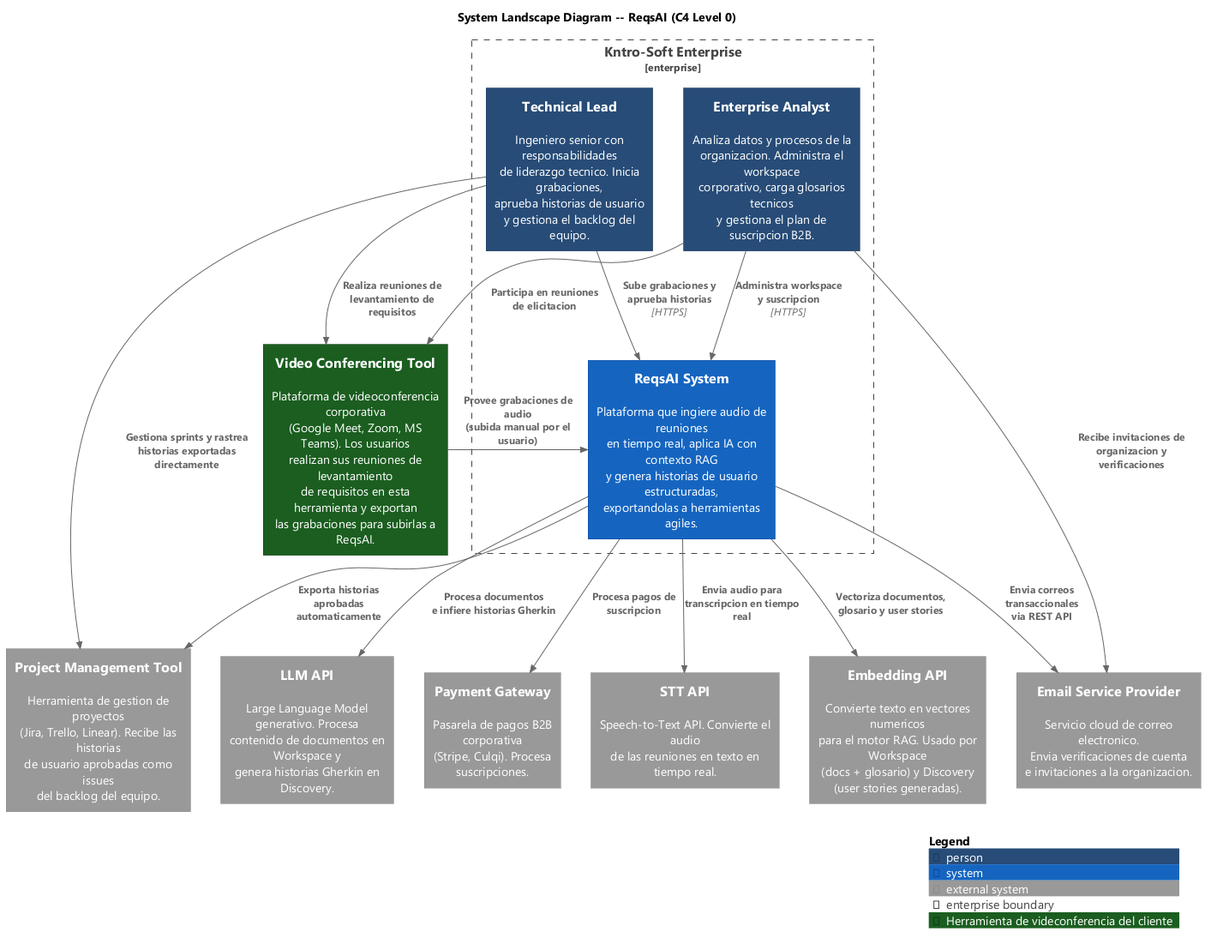
Before: assets/diagrams/architecture/system-landscape.png, a diagram exported from PlantUML (Kntro-Soft/ReqsAI-Report). Its diagram source:
```plantuml
@startuml system-landscape
!include ../c4/C4_Context.puml
!include ../styles/reqsai-palette.puml

HIDE_PERSON_SPRITE()

skinparam defaultFontName "Segoe UI"
skinparam shadowing false

UpdateElementStyle(person,     $bgColor=$REQSAI_NAVY_800,  $fontColor="#FFFFFF", $borderColor="#1A3A5C")
UpdateElementStyle(system,     $bgColor=$REQSAI_BLUE_800,  $fontColor="#FFFFFF", $borderColor=$REQSAI_BLUE_900)
UpdateElementStyle(system_ext, $bgColor="#455A64",          $fontColor="#FFFFFF", $borderColor="#263238")

AddSystemTag("videoconf", $bgColor="#1B5E20", $fontColor="#FFFFFF", $borderColor="#0A3A0F", $legendText="Herramienta de videconferencia del cliente")

title System Landscape Diagram -- ReqsAI (C4 Level 0)

Enterprise_Boundary(kntrosoft, "Kntro-Soft Enterprise") {
  Person(techLead, "Technical Lead", "Ingeniero senior con responsabilidades\nde liderazgo tecnico. Inicia grabaciones,\naprueba historias de usuario\ny gestiona el backlog del equipo.")
  Person(analyst,  "Enterprise Analyst", "Analiza datos y procesos de la\norganizacion. Administra el workspace\ncorporativo, carga glosarios tecnicos\ny gestiona el plan de suscripcion B2B.")
  System(reqsai, "ReqsAI System", "Plataforma que ingiere audio de reuniones\nen tiempo real, aplica IA con contexto RAG\ny genera historias de usuario estructuradas,\nexportandolas a herramientas agiles.")
}

System_Ext(videoconf, "Video Conferencing Tool", "Plataforma de videoconferencia corporativa\n(Google Meet, Zoom, MS Teams). Los usuarios\nrealizan sus reuniones de levantamiento\nde requisitos en esta herramienta y exportan\nlas grabaciones para subirlas a ReqsAI.", $tags="videoconf")

System_Ext(jira,    "Project Management Tool", "Herramienta de gestion de proyectos\n(Jira, Trello, Linear). Recibe las historias\nde usuario aprobadas como issues\ndel backlog del equipo.")
System_Ext(email,   "Email Service Provider",  "Servicio cloud de correo electronico.\nEnvia verificaciones de cuenta\ne invitaciones a la organizacion.")

System_Ext(payment, "Payment Gateway",  "Pasarela de pagos B2B corporativa\n(Stripe, Culqi). Procesa suscripciones.")
System_Ext(stt,      "STT API",          "Speech-to-Text API. Convierte el audio\nde las reuniones en texto en tiempo real.")
System_Ext(embedApi, "Embedding API",   "Convierte texto en vectores numericos\npara el motor RAG. Usado por Workspace\n(docs + glosario) y Discovery\n(user stories generadas).")
System_Ext(llm,      "LLM API",         "Large Language Model generativo. Procesa\ncontenido de documentos en Workspace y\ngenera historias Gherkin en Discovery.")

Rel(techLead, videoconf, "Realiza reuniones de\nlevantamiento de requisitos")
Rel(analyst,  videoconf, "Participa en reuniones\nde elicitacion")
Rel(techLead, jira,      "Gestiona sprints y rastrea\nhistorias exportadas directamente")
Rel(analyst,  email,     "Recibe invitaciones de\norganizacion y verificaciones")

Rel(techLead, reqsai, "Sube grabaciones y\naprueba historias", "HTTPS")
Rel(analyst,  reqsai, "Administra workspace\ny suscripcion", "HTTPS")

Rel(videoconf, reqsai, "Provee grabaciones de audio\n(subida manual por el usuario)")

Rel(reqsai, jira,    "Exporta historias\naprobadas automaticamente")
Rel(reqsai, email,   "Envia correos transaccionales\nvia REST API")
Rel(reqsai, payment, "Procesa pagos de\nsuscripcion")
Rel(reqsai, stt,      "Envia audio para\ntranscripcion en tiempo real")
Rel(reqsai, embedApi, "Vectoriza documentos,\nglosario y user stories")
Rel(reqsai, llm,      "Procesa documentos\ne infiere historias Gherkin")

SHOW_LEGEND()

@enduml
```
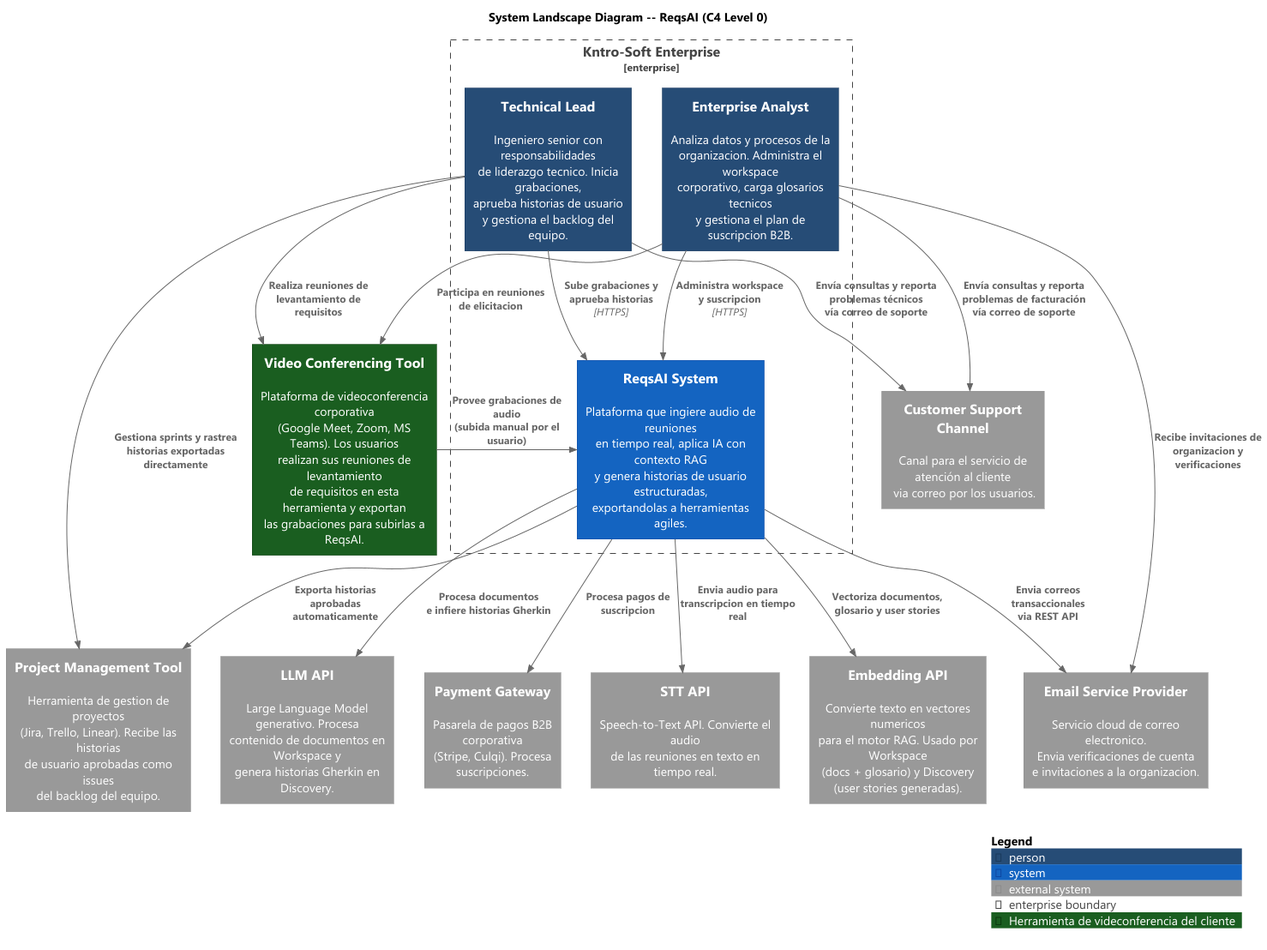
The same diagram one commit later.

Commit message:
docs(assets): update c4 landscape diagram

Diff of the diagram source:
```diff
@@ -25,6 +25,8 @@
 
 System_Ext(jira,    "Project Management Tool", "Herramienta de gestion de proyectos\n(Jira, Trello, Linear). Recibe las historias\nde usuario aprobadas como issues\ndel backlog del equipo.")
 System_Ext(email,   "Email Service Provider",  "Servicio cloud de correo electronico.\nEnvia verificaciones de cuenta\ne invitaciones a la organizacion.")
+System_Ext(sup,"Customer Support Channel", "Canal para el servicio de atención al cliente\n via correo por los usuarios.")
+
 
 System_Ext(payment, "Payment Gateway",  "Pasarela de pagos B2B corporativa\n(Stripe, Culqi). Procesa suscripciones.")
 System_Ext(stt,      "STT API",          "Speech-to-Text API. Convierte el audio\nde las reuniones en texto en tiempo real.")
@@ -41,6 +43,9 @@
 
 Rel(videoconf, reqsai, "Provee grabaciones de audio\n(subida manual por el usuario)")
 
+Rel(techLead, sup, "Envía consultas y reporta problemas técnicos\nvía correo de soporte")
+Rel(analyst,  sup, "Envía consultas y reporta problemas de facturación\nvía correo de soporte")
+
 Rel(reqsai, jira,    "Exporta historias\naprobadas automaticamente")
 Rel(reqsai, email,   "Envia correos transaccionales\nvia REST API")
 Rel(reqsai, payment, "Procesa pagos de\nsuscripcion")
```
